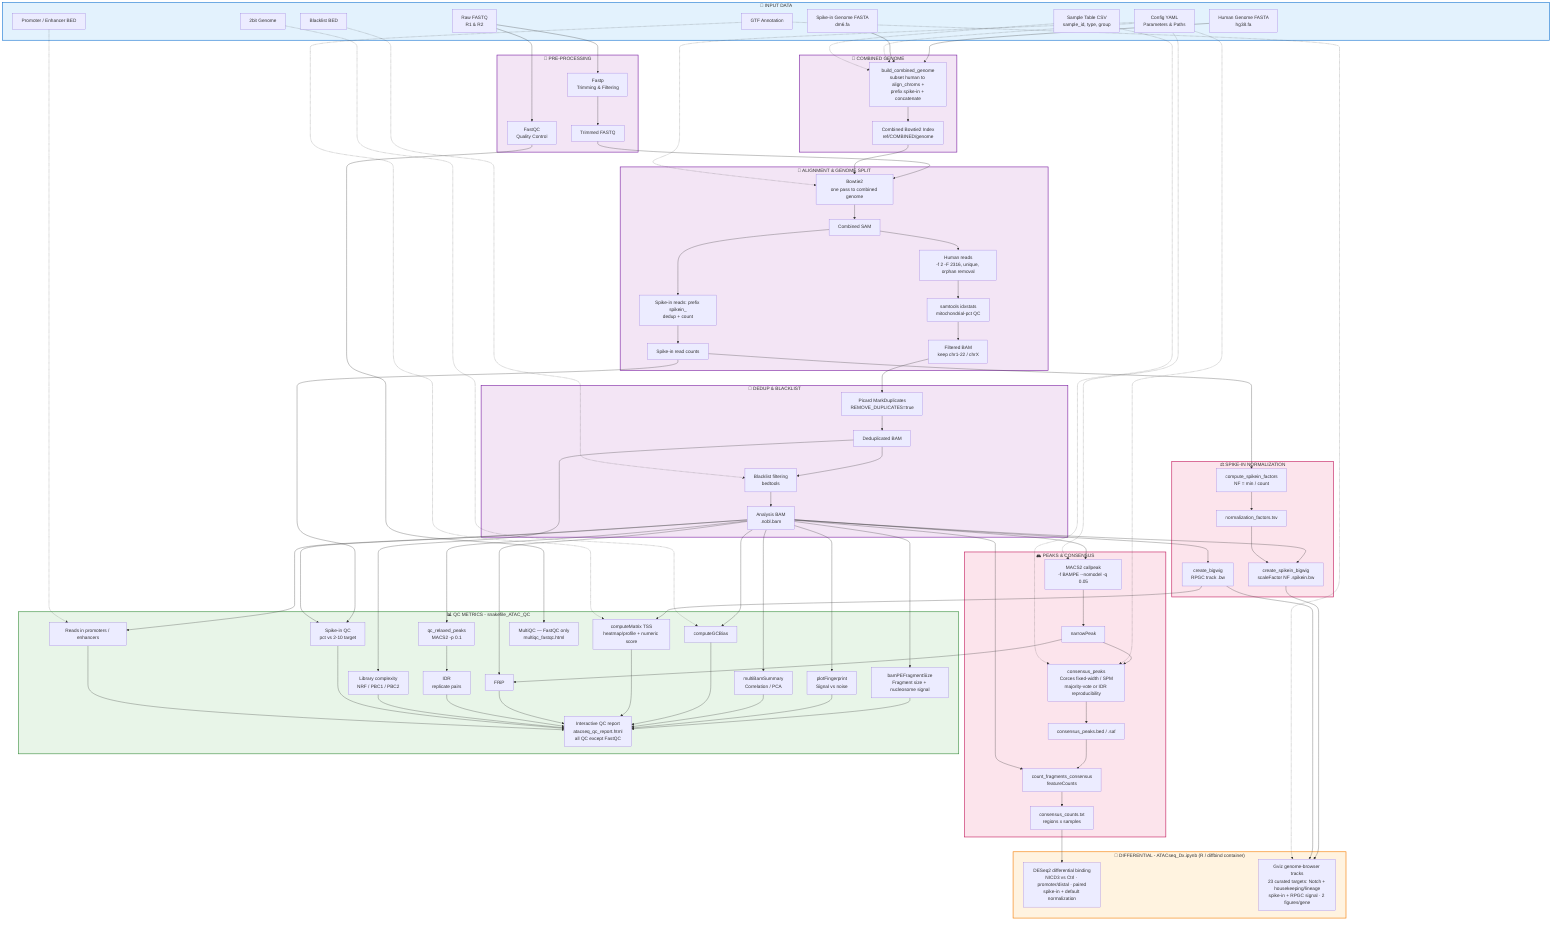
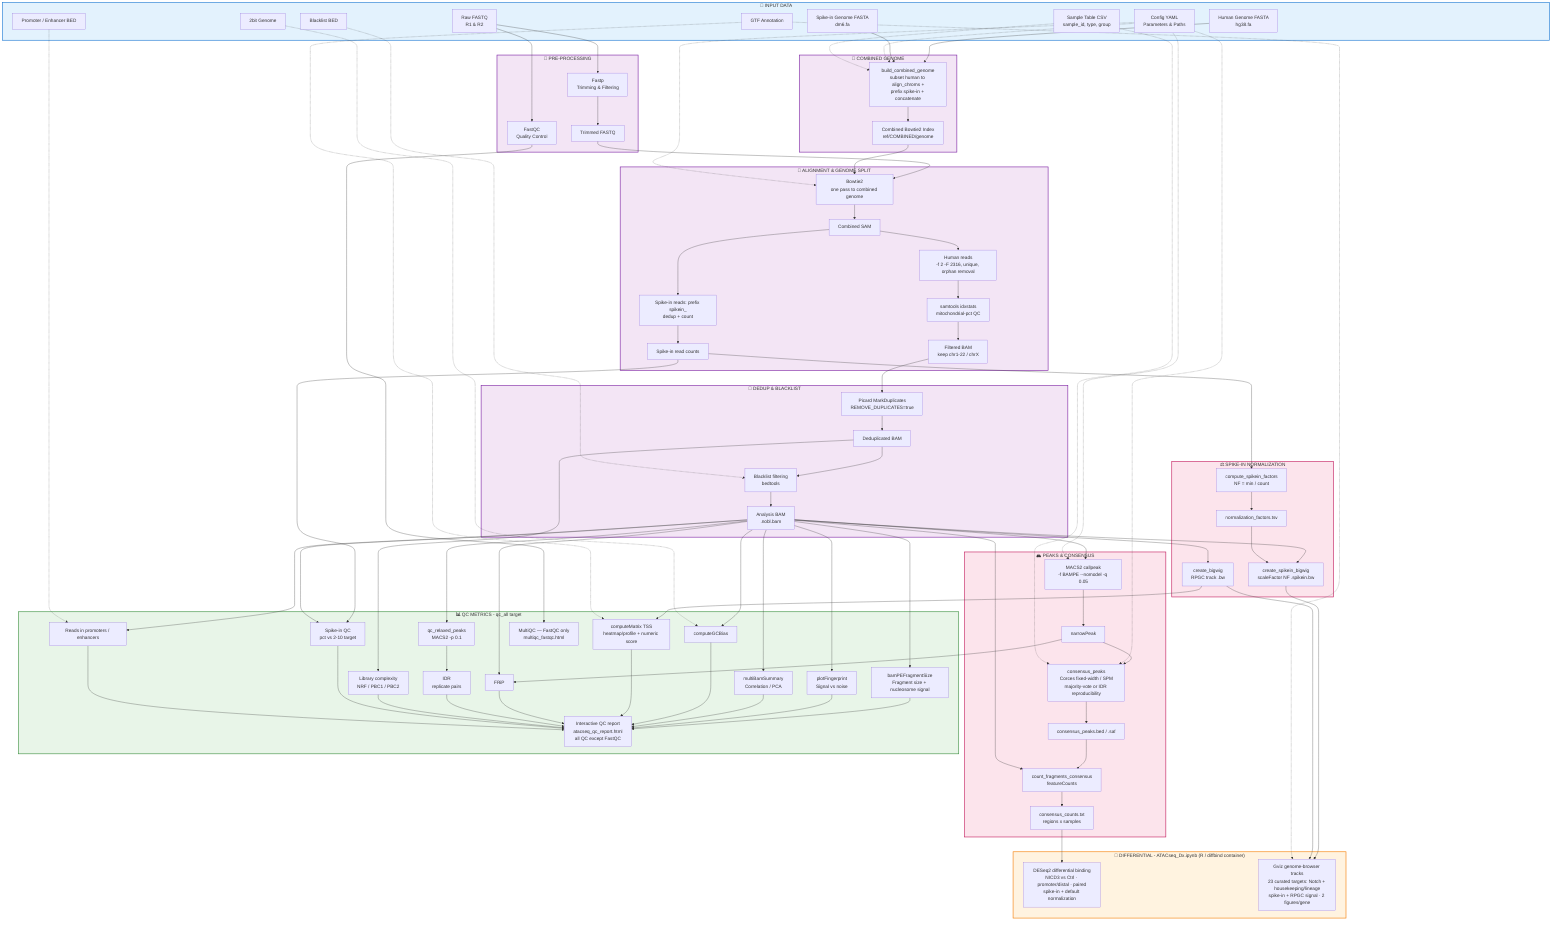
flowchart TD
    %% ── Input Data ──
    subgraph INPUT["📁 INPUT DATA"]
        A[Raw FASTQ<br/>R1 & R2]
        SC[Sample Table CSV<br/>sample_id, type, group]
        HF[Human Genome FASTA<br/>hg38.fa]
        SF[Spike-in Genome FASTA<br/>dm6.fa]
        BL[Blacklist BED]
        GTF[GTF Annotation]
        TB[2bit Genome]
        PE[Promoter / Enhancer BED]
        CFG[Config YAML<br/>Parameters & Paths]
    end

    %% ── Pre-processing ──
    subgraph PREPROC["🔧 PRE-PROCESSING"]
        B[FastQC<br/>Quality Control]
        C[Fastp<br/>Trimming & Filtering]
        E[Trimmed FASTQ]
    end

    %% ── Combined genome ──
    subgraph GENOME["🧬 COMBINED GENOME"]
        BCG[build_combined_genome<br/>subset human to align_chroms +<br/>prefix spike-in + concatenate]
        IDX[Combined Bowtie2 Index<br/>ref/COMBINED/genome]
    end

    %% ── Alignment & split ──
    subgraph ALIGN["🎯 ALIGNMENT & GENOME SPLIT"]
        G[Bowtie2<br/>one pass to combined genome]
        SAM[Combined SAM]
        HS[Human reads<br/>-f 2 -F 2316, unique, orphan removal]
        MT[samtools idxstats<br/>mitochondrial-pct QC]
        FB[Filtered BAM<br/>keep chr1-22 / chrX]
        SPK[Spike-in reads: prefix spikein_<br/>dedup + count]
        SCNT[Spike-in read counts]
    end

    %% ── Dedup & blacklist ──
    subgraph DEDUP["🔄 DEDUP & BLACKLIST"]
        L[Picard MarkDuplicates<br/>REMOVE_DUPLICATES=true]
        M[Deduplicated BAM]
        N[Blacklist filtering<br/>bedtools]
        O[Analysis BAM<br/>.nobl.bam]
    end

    %% ── Spike-in normalization ──
    subgraph SPIKE["⚖️ SPIKE-IN NORMALIZATION"]
        NF[compute_spikein_factors<br/>NF = min / count]
        NFT[normalization_factors.tsv]
        BW[create_bigwig<br/>RPGC track .bw]
        SBW[create_spikein_bigwig<br/>scaleFactor NF .spikein.bw]
    end

    %% ── Peaks & consensus ──
    subgraph PEAKS["🏔️ PEAKS & CONSENSUS"]
        R[MACS2 callpeak<br/>-f BAMPE --nomodel -q 0.05]
        S[narrowPeak]
        CP[consensus_peaks<br/>Corces fixed-width / SPM<br/>majority-vote or IDR reproducibility]
        CPB[consensus_peaks.bed / .saf]
        FC[count_fragments_consensus<br/>featureCounts]
        CM[consensus_counts.txt<br/>regions x samples]
    end

    %% ── QC metrics ──
-     subgraph QC["📊 QC METRICS - snakefile_ATAC_QC"]
+     subgraph QC["📊 QC METRICS - qc_all target"]
        FRAG[bamPEFragmentSize<br/>Fragment size + nucleosome signal]
        FP[plotFingerprint<br/>Signal vs noise]
        COR[multiBamSummary<br/>Correlation / PCA]
        GC[computeGCBias]
        TSS[computeMatrix TSS<br/>heatmap/profile + numeric score]
        FRIP[FRiP]
        QRLX[qc_relaxed_peaks<br/>MACS2 -p 0.1]
        IDRQC[IDR<br/>replicate pairs]
        CPLX[Library complexity<br/>NRF / PBC1 / PBC2]
        SQC[Spike-in QC<br/>pct vs 2-10 target]
        ANN[Reads in promoters / enhancers]
        QCR[Interactive QC report<br/>atacseq_qc_report.html<br/>all QC except FastQC]
        MQC[MultiQC — FastQC only<br/>multiqc_fastqc.html]
    end

    %% ── Differential ──
    subgraph DIFF["🔬 DIFFERENTIAL - ATACseq_Dx.ipynb (R / diffbind container)"]
        DE[DESeq2 differential binding<br/>NICD3 vs Ctrl · promoter/distal · paired<br/>spike-in + default normalization]
        BT[Gviz genome-browser tracks<br/>23 curated targets: Notch + housekeeping/lineage<br/>spike-in + RPGC signal · 2 figures/gene]
    end

    %% Main flow
    A --> B
    A --> C
    C --> E
    HF --> BCG
    SF --> BCG
    BCG --> IDX
    E --> G
    IDX --> G
    G --> SAM
    SAM --> HS
    SAM --> SPK
    HS --> MT
    MT --> FB
    SPK --> SCNT
    FB --> L
    L --> M
    M --> N
    N --> O

    %% Spike-in normalization
    SCNT --> NF
    NF --> NFT
    O --> BW
    O --> SBW
    NFT --> SBW

    %% Peaks & consensus
    O --> R
    R --> S
    S --> CP
    CP --> CPB
    CPB --> FC
    O --> FC
    FC --> CM

    %% QC
    O --> FRAG
    O --> FP
    O --> COR
    O --> GC
    BW --> TSS
    O --> FRIP
    S --> FRIP
    O --> QRLX
    QRLX --> IDRQC
    M --> CPLX
    SCNT --> SQC
    O --> SQC
    O --> ANN
    FRAG --> QCR
    FP --> QCR
    COR --> QCR
    GC --> QCR
    TSS --> QCR
    FRIP --> QCR
    IDRQC --> QCR
    CPLX --> QCR
    SQC --> QCR
    ANN --> QCR
    B --> MQC

    %% Differential
    CM --> DE
    SBW --> BT
    BW --> BT

    %% Configuration (dotted)
    CFG -.-> BCG
    CFG -.-> G
    CFG -.-> R
    CFG -.-> CP
    SC -.-> BCG
    SC -.-> CP
    BL -.-> N
    GTF -.-> TSS
    GTF -.-> BT
    TB -.-> GC
    PE -.-> ANN

    %% Styling
    classDef inputGroup fill:#e3f2fd,stroke:#1976d2,stroke-width:2px
    classDef processGroup fill:#f3e5f5,stroke:#7b1fa2,stroke-width:2px
    classDef spikeGroup fill:#fce4ec,stroke:#c2185b,stroke-width:2px
    classDef outputGroup fill:#e8f5e8,stroke:#388e3c,stroke-width:2px
    classDef analysisGroup fill:#fff3e0,stroke:#f57c00,stroke-width:2px

    class INPUT inputGroup
    class PREPROC,GENOME,ALIGN,DEDUP processGroup
    class SPIKE,PEAKS spikeGroup
    class QC outputGroup
    class DIFF analysisGroup
